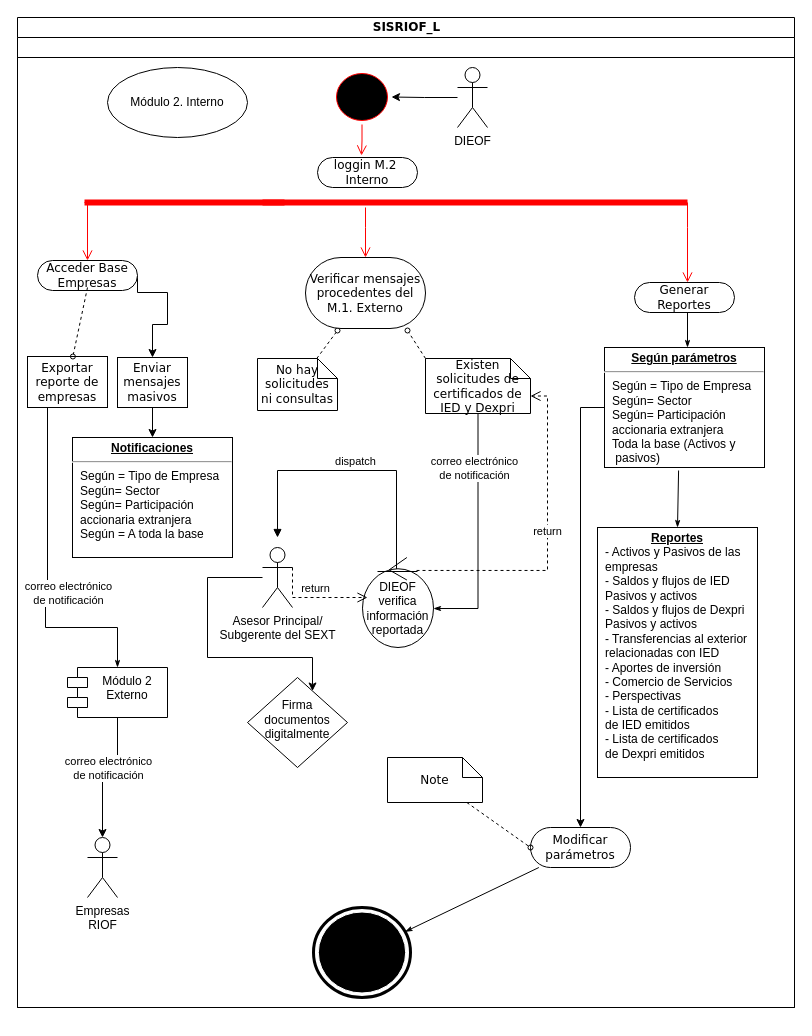
Gottexxx/hello-my-wednesday keeps this draw.io diagram as Diagrama sin título.drawio. Above is the earlier version. Source tidied: cells renumbered, new cells numbered last; positions are measured from the earlier drawing's top-left corner, leaving out a move shared by most shapes. Both pictures are drawn from the tidied source at 100%, with x=0, y=0 at pixel (17, 17).
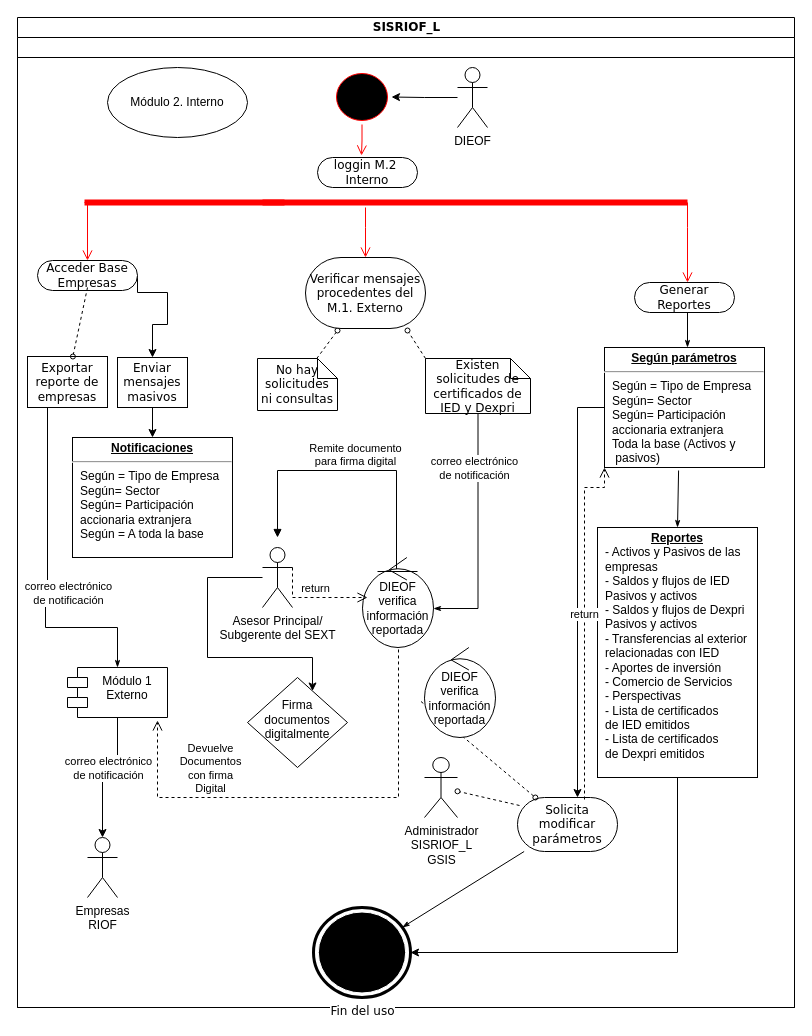
The same diagram, later.

Commit message:
Modulo II Interno

The change refers to these unchanged cells:
```xml
<mxCell id="4" style="swimlane;html=1;startSize=20;" parent="2" vertex="1">
  <mxGeometry y="20" width="777" height="970" as="geometry" />
</mxCell>
<mxCell id="13" value="Existen solicitudes de certificados de IED y Dexpri" style="shape=note;whiteSpace=wrap;html=1;rounded=0;shadow=0;comic=0;labelBackgroundColor=none;strokeWidth=1;fontFamily=Verdana;fontSize=12;align=center;size=20;" parent="4" vertex="1">
  <mxGeometry x="408" y="321" width="105" height="55" as="geometry" />
</mxCell>
<mxCell id="30" value="DIEOF verifica&lt;br style=&quot;border-color: var(--border-color);&quot;&gt;&lt;span style=&quot;&quot;&gt;información&lt;/span&gt;&lt;br style=&quot;border-color: var(--border-color);&quot;&gt;&lt;span style=&quot;&quot;&gt;reportada&lt;/span&gt;" style="ellipse;shape=umlControl;whiteSpace=wrap;html=1;" parent="4" vertex="1">
  <mxGeometry x="345" y="520" width="71" height="90" as="geometry" />
</mxCell>
<mxCell id="43" value="&lt;p style=&quot;margin:0px;margin-top:4px;text-align:center;text-decoration:underline;&quot;&gt;&lt;b&gt;Según parámetros&lt;/b&gt;&lt;/p&gt;&lt;hr&gt;&lt;p style=&quot;margin:0px;margin-left:8px;&quot;&gt;Según = Tipo de Empresa&lt;br&gt;Según= Sector&lt;br&gt;Según= Participación&amp;nbsp;&lt;/p&gt;&lt;p style=&quot;margin:0px;margin-left:8px;&quot;&gt;accionaria extranjera&lt;/p&gt;&lt;p style=&quot;margin:0px;margin-left:8px;&quot;&gt;Toda la base (Activos y&lt;/p&gt;&lt;p style=&quot;margin:0px;margin-left:8px;&quot;&gt;&amp;nbsp;pasivos)&lt;/p&gt;" style="verticalAlign=top;align=left;overflow=fill;fontSize=12;fontFamily=Helvetica;html=1;" parent="4" vertex="1">
  <mxGeometry x="587" y="310" width="160" height="120" as="geometry" />
</mxCell>
<mxCell id="45" value="&lt;p style=&quot;margin:0px;margin-top:4px;text-align:center;text-decoration:underline;&quot;&gt;&lt;b&gt;Reportes&lt;/b&gt;&lt;/p&gt;&lt;p style=&quot;margin:0px;margin-left:8px;&quot;&gt;- Activos y Pasivos de las&amp;nbsp;&lt;/p&gt;&lt;p style=&quot;margin:0px;margin-left:8px;&quot;&gt;empresas&lt;/p&gt;&lt;p style=&quot;margin:0px;margin-left:8px;&quot;&gt;- Saldos y flujos de IED&lt;/p&gt;&lt;p style=&quot;margin:0px;margin-left:8px;&quot;&gt;Pasivos y activos&lt;br&gt;&lt;/p&gt;&lt;p style=&quot;margin:0px;margin-left:8px;&quot;&gt;- Saldos y flujos de Dexpri&lt;/p&gt;&lt;p style=&quot;margin:0px;margin-left:8px;&quot;&gt;Pasivos y activos&lt;br&gt;&lt;/p&gt;&lt;p style=&quot;margin:0px;margin-left:8px;&quot;&gt;- Transferencias al exterior&amp;nbsp;&lt;/p&gt;&lt;p style=&quot;margin:0px;margin-left:8px;&quot;&gt;relacionadas con IED&lt;/p&gt;&lt;p style=&quot;margin:0px;margin-left:8px;&quot;&gt;- Aportes de inversión&lt;/p&gt;&lt;p style=&quot;margin:0px;margin-left:8px;&quot;&gt;- Comercio de Servicios&lt;/p&gt;&lt;p style=&quot;margin:0px;margin-left:8px;&quot;&gt;- Perspectivas&lt;/p&gt;&lt;p style=&quot;margin:0px;margin-left:8px;&quot;&gt;- Lista de certificados&amp;nbsp;&lt;/p&gt;&lt;p style=&quot;margin:0px;margin-left:8px;&quot;&gt;de IED emitidos&lt;/p&gt;&lt;p style=&quot;margin:0px;margin-left:8px;&quot;&gt;-&amp;nbsp;Lista de certificados&amp;nbsp;&lt;/p&gt;&lt;p style=&quot;border-color: var(--border-color); margin: 0px 0px 0px 8px;&quot;&gt;de Dexpri emitidos&lt;/p&gt;" style="verticalAlign=top;align=left;overflow=fill;fontSize=12;fontFamily=Helvetica;html=1;" parent="4" vertex="1">
  <mxGeometry x="580" y="490" width="160" height="250" as="geometry" />
</mxCell>
```

What changed in the source:
```diff
@@
-    <mxCell id="10" value="Modificar parámetros" style="rounded=1;whiteSpace=wrap;html=1;shadow=0;comic=0;labelBackgroundColor=none;strokeWidth=1;fontFamily=Verdana;fontSize=12;align=center;arcSize=50;" parent="4" vertex="1">
-      <mxGeometry x="513" y="790" width="100" height="40" as="geometry" />
+    <mxCell id="10" value="Solicita&lt;br&gt;modificar parámetros" style="rounded=1;whiteSpace=wrap;html=1;shadow=0;comic=0;labelBackgroundColor=none;strokeWidth=1;fontFamily=Verdana;fontSize=12;align=center;arcSize=50;" parent="4" vertex="1">
+      <mxGeometry x="500" y="760" width="100" height="54" as="geometry" />
     </mxCell>
-    <mxCell id="11" style="shape=mxgraph.bpmn.shape;html=1;verticalLabelPosition=bottom;labelBackgroundColor=#ffffff;verticalAlign=top;perimeter=ellipsePerimeter;outline=end;symbol=terminate;rounded=0;shadow=0;comic=0;strokeWidth=1;fontFamily=Verdana;fontSize=12;align=center;" parent="4" vertex="1">
+    <mxCell id="11" value="Fin del uso" style="shape=mxgraph.bpmn.shape;html=1;verticalLabelPosition=bottom;labelBackgroundColor=#ffffff;verticalAlign=top;perimeter=ellipsePerimeter;outline=end;symbol=terminate;rounded=0;shadow=0;comic=0;strokeWidth=1;fontFamily=Verdana;fontSize=12;align=center;" parent="4" vertex="1">
       <mxGeometry x="296" y="870" width="97" height="90" as="geometry" />
     </mxCell>
@@
-    <mxCell id="14" style="edgeStyle=none;rounded=0;html=1;dashed=1;labelBackgroundColor=none;startArrow=none;startFill=0;startSize=5;endArrow=oval;endFill=0;endSize=5;jettySize=auto;strokeWidth=1;fontFamily=Verdana;fontSize=12;entryX=0;entryY=0.5;entryDx=0;entryDy=0;" parent="4" edge="1" source="15" target="10">
+    <mxCell id="14" style="edgeStyle=none;rounded=0;html=1;dashed=1;labelBackgroundColor=none;startArrow=none;startFill=0;startSize=5;endArrow=oval;endFill=0;endSize=5;jettySize=auto;strokeWidth=1;fontFamily=Verdana;fontSize=12;exitX=-0.049;exitY=0.6;exitDx=0;exitDy=0;exitPerimeter=0;" parent="4" edge="1" source="55" target="10">
       <mxGeometry relative="1" as="geometry" />
     </mxCell>
-    <mxCell id="15" value="Note" style="shape=note;whiteSpace=wrap;html=1;rounded=0;shadow=0;comic=0;labelBackgroundColor=none;strokeWidth=1;fontFamily=Verdana;fontSize=12;align=center;size=20;" parent="4" vertex="1">
-      <mxGeometry x="370" y="720" width="95" height="45" as="geometry" />
-    </mxCell>
@@
-    <mxCell id="26" value="dispatch" style="html=1;verticalAlign=bottom;endArrow=block;edgeStyle=elbowEdgeStyle;elbow=vertical;curved=0;rounded=0;exitX=0.479;exitY=0.189;exitDx=0;exitDy=0;exitPerimeter=0;" parent="4" edge="1" source="30">
+    <mxCell id="26" value="Remite documento&lt;br&gt;para firma digital" style="html=1;verticalAlign=bottom;endArrow=block;edgeStyle=elbowEdgeStyle;elbow=vertical;curved=0;rounded=0;exitX=0.479;exitY=0.189;exitDx=0;exitDy=0;exitPerimeter=0;" parent="4" edge="1" source="30">
       <mxGeometry relative="1" as="geometry">
         <mxPoint x="260" y="500" as="targetPoint" />
         <Array as="points">
           <mxPoint x="490" y="433" />
         </Array>
       </mxGeometry>
     </mxCell>
@@
-    <mxCell id="36" value="return" style="html=1;verticalAlign=bottom;endArrow=open;dashed=1;endSize=8;edgeStyle=elbowEdgeStyle;elbow=vertical;curved=0;rounded=0;entryX=0;entryY=0;entryDx=105;entryDy=37.5;entryPerimeter=0;exitX=0.761;exitY=0.144;exitDx=0;exitDy=0;exitPerimeter=0;" parent="4" edge="1" source="30" target="13">
-      <mxGeometry relative="1" as="geometry">
+    <mxCell id="36" value="Devuelve&lt;br&gt;Documentos&lt;br&gt;con firma&lt;br&gt;Digital" style="html=1;verticalAlign=bottom;endArrow=open;dashed=1;endSize=8;edgeStyle=elbowEdgeStyle;elbow=vertical;curved=0;rounded=0;entryX=0.9;entryY=1.06;entryDx=0;entryDy=0;exitX=0.507;exitY=1.022;exitDx=0;exitDy=0;exitPerimeter=0;entryPerimeter=0;" parent="4" edge="1" source="30" target="50">
+      <mxGeometry x="0.44" relative="1" as="geometry">
         <Array as="points">
-          <mxPoint x="530" y="440" />
+          <mxPoint x="310" y="760" />
         </Array>
       </mxGeometry>
     </mxCell>
@@
     <mxCell id="44" style="edgeStyle=orthogonalEdgeStyle;rounded=0;jettySize=auto;html=1;exitX=0;exitY=0.5;exitDx=0;exitDy=0;" parent="4" edge="1" source="43" target="10">
-      <mxGeometry relative="1" as="geometry" />
+      <mxGeometry relative="1" as="geometry">
+        <Array as="points">
+          <mxPoint x="560" y="370" />
+        </Array>
+      </mxGeometry>
     </mxCell>
+    <mxCell id="54" style="edgeStyle=orthogonalEdgeStyle;rounded=0;jettySize=auto;html=1;entryX=1;entryY=0.5;entryDx=0;entryDy=0;" parent="4" edge="1" source="45" target="11">
+      <mxGeometry relative="1" as="geometry">
+        <Array as="points">
+          <mxPoint x="660" y="915" />
+        </Array>
+      </mxGeometry>
+    </mxCell>
@@
-    <mxCell id="50" value="Módulo 2&#10;Externo" style="shape=module;align=left;spacingLeft=20;align=center;verticalAlign=top;" parent="4" vertex="1">
+    <mxCell id="50" value="Módulo 1&#10;Externo" style="shape=module;align=left;spacingLeft=20;align=center;verticalAlign=top;" parent="4" vertex="1">
       <mxGeometry x="50" y="630" width="100" height="50" as="geometry" />
     </mxCell>
@@
+    <mxCell id="55" value="DIEOF verifica&lt;br style=&quot;border-color: var(--border-color);&quot;&gt;&lt;span style=&quot;&quot;&gt;información&lt;/span&gt;&lt;br style=&quot;border-color: var(--border-color);&quot;&gt;&lt;span style=&quot;&quot;&gt;reportada&lt;/span&gt;" style="ellipse;shape=umlControl;whiteSpace=wrap;html=1;" parent="4" vertex="1">
+      <mxGeometry x="407" y="610" width="71" height="90" as="geometry" />
+    </mxCell>
+    <mxCell id="56" value="Administrador &lt;br&gt;SISRIOF_L&lt;br&gt;GSIS" style="shape=umlActor;verticalLabelPosition=bottom;verticalAlign=top;html=1;" parent="4" vertex="1">
+      <mxGeometry x="407" y="720" width="33" height="60" as="geometry" />
+    </mxCell>
+    <mxCell id="57" style="edgeStyle=none;rounded=0;html=1;dashed=1;labelBackgroundColor=none;startArrow=none;startFill=0;startSize=5;endArrow=oval;endFill=0;endSize=5;jettySize=auto;strokeWidth=1;fontFamily=Verdana;fontSize=12;exitX=0.02;exitY=0.148;exitDx=0;exitDy=0;exitPerimeter=0;" parent="4" edge="1" source="10" target="56">
+      <mxGeometry relative="1" as="geometry" />
+    </mxCell>
+    <mxCell id="58" value="return" style="html=1;verticalAlign=bottom;endArrow=open;dashed=1;endSize=8;edgeStyle=elbowEdgeStyle;elbow=vertical;curved=0;rounded=0;exitX=0.67;exitY=0.037;exitDx=0;exitDy=0;exitPerimeter=0;entryX=0;entryY=1;entryDx=0;entryDy=0;" parent="4" edge="1" source="10" target="43">
+      <mxGeometry relative="1" as="geometry">
+        <Array as="points">
+          <mxPoint x="540" y="450" />
+        </Array>
+      </mxGeometry>
+    </mxCell>
```
